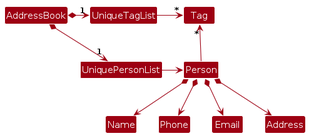
AY2627S1-CS2103T-F14a-4/tp keeps this PlantUML diagram as diagrams/BetterModelClassDiagram.png. Above is the earlier version. Its source is kept beside it as diagrams/BetterModelClassDiagram.puml. The source it was exported from:
```plantuml
@startuml
!include style.puml
skinparam arrowThickness 1.1
skinparam arrowColor MODEL_COLOR
skinparam classBackgroundColor MODEL_COLOR

AddressBook *-right-> "1" UniquePersonList
AddressBook *-right-> "1" UniqueTagList
UniqueTagList -[hidden]down- UniquePersonList
UniqueTagList -[hidden]down- UniquePersonList

UniqueTagList -right-> "*" Tag
UniquePersonList -right-> Person

Person -up-> "*" Tag

Person *--> Name
Person *--> Phone
Person *--> Email
Person *--> Address
@enduml
```
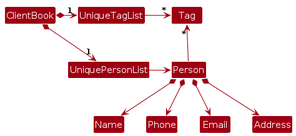
After the commit.

Diff of the diagram source:
```diff
@@ -4,8 +4,8 @@
 skinparam arrowColor MODEL_COLOR
 skinparam classBackgroundColor MODEL_COLOR
 
-AddressBook *-right-> "1" UniquePersonList
-AddressBook *-right-> "1" UniqueTagList
+ClientBook *-right-> "1" UniquePersonList
+ClientBook *-right-> "1" UniqueTagList
 UniqueTagList -[hidden]down- UniquePersonList
 UniqueTagList -[hidden]down- UniquePersonList
 
```
